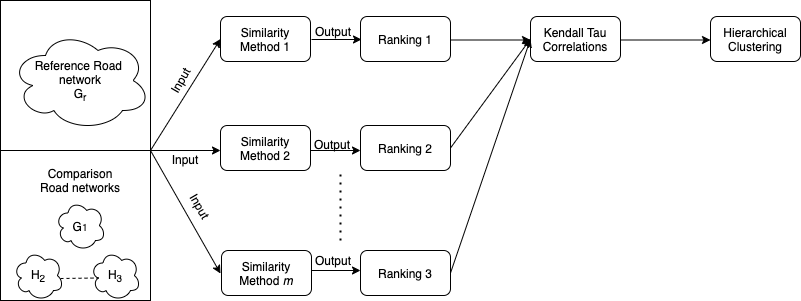
Earlier version of the draw.io export picture/ranking.png (ogunreku/Praise-Ogunreku-Master-Thesis). Source tidied: cells renumbered, new cells last; positions are measured from the earlier drawing's top-left corner, leaving out a move shared by most shapes. Its diagram source:
```xml
<mxGraphModel>
  <root>
    <mxCell id="0" />
    <mxCell id="1" parent="0" />
    <mxCell id="2" style="whiteSpace=wrap;html=1;fillColor=none;" parent="1" vertex="1">
      <mxGeometry y="150" width="150" height="150" as="geometry" />
    </mxCell>
    <mxCell id="3" value="H&lt;sub&gt;3&lt;/sub&gt;" style="ellipse;shape=cloud;whiteSpace=wrap;html=1;fillColor=none;" parent="1" vertex="1">
      <mxGeometry x="90" y="250" width="50" height="50" as="geometry" />
    </mxCell>
    <mxCell id="4" value="H&lt;sub&gt;2&lt;/sub&gt;" style="ellipse;shape=cloud;whiteSpace=wrap;html=1;fillColor=none;" parent="1" vertex="1">
      <mxGeometry x="13" y="250" width="50" height="50" as="geometry" />
    </mxCell>
    <mxCell id="5" style="whiteSpace=wrap;html=1;fillColor=none;" parent="1" vertex="1">
      <mxGeometry width="150" height="150" as="geometry" />
    </mxCell>
    <mxCell id="6" value="Reference Road &lt;br&gt;network&lt;br&gt;G&lt;sub&gt;r&lt;/sub&gt;" style="ellipse;shape=cloud;whiteSpace=wrap;html=1;fillColor=none;" parent="1" vertex="1">
      <mxGeometry x="10" y="30" width="140" height="100" as="geometry" />
    </mxCell>
    <mxCell id="7" value="&lt;sub&gt;&lt;span style=&quot;font-size: 12px&quot;&gt;G&lt;/span&gt;1&lt;/sub&gt;" style="ellipse;shape=cloud;whiteSpace=wrap;html=1;fillColor=none;" parent="1" vertex="1">
      <mxGeometry x="55" y="200" width="50" height="50" as="geometry" />
    </mxCell>
    <mxCell id="8" style="endArrow=none;dashed=1;html=1;entryX=0.16;entryY=0.55;entryDx=0;entryDy=0;entryPerimeter=0;" parent="1" edge="1" target="3">
      <mxGeometry relative="1" as="geometry">
        <mxPoint x="60" y="278" as="sourcePoint" />
      </mxGeometry>
    </mxCell>
    <mxCell id="9" value="Comparison Road networks" style="text;html=1;strokeColor=none;fillColor=none;align=center;verticalAlign=middle;whiteSpace=wrap;rounded=0;" parent="1" vertex="1">
      <mxGeometry x="35" y="170" width="90" height="20" as="geometry" />
    </mxCell>
    <mxCell id="10" style="endArrow=classic;html=1;exitX=1;exitY=1;exitDx=0;exitDy=0;entryX=0;entryY=0.5;entryDx=0;entryDy=0;" parent="1" edge="1" source="5" target="13">
      <mxGeometry relative="1" as="geometry" />
    </mxCell>
    <mxCell id="11" style="endArrow=classic;html=1;" parent="1" edge="1">
      <mxGeometry relative="1" as="geometry">
        <mxPoint x="150" y="150" as="sourcePoint" />
        <mxPoint x="220" y="150" as="targetPoint" />
      </mxGeometry>
    </mxCell>
    <mxCell id="12" style="endArrow=classic;html=1;" parent="1" edge="1">
      <mxGeometry relative="1" as="geometry">
        <mxPoint x="150" y="150" as="sourcePoint" />
        <mxPoint x="220" y="273" as="targetPoint" />
      </mxGeometry>
    </mxCell>
    <mxCell id="13" value="Similarity Method 1" style="rounded=1;whiteSpace=wrap;html=1;fillColor=none;" parent="1" vertex="1">
      <mxGeometry x="220" y="16" width="90" height="45" as="geometry" />
    </mxCell>
    <mxCell id="14" style="endArrow=classic;html=1;exitX=1;exitY=0.5;exitDx=0;exitDy=0;" parent="1" edge="1">
      <mxGeometry relative="1" as="geometry">
        <mxPoint x="310" y="150" as="sourcePoint" />
        <mxPoint x="360" y="150" as="targetPoint" />
      </mxGeometry>
    </mxCell>
    <mxCell id="15" style="endArrow=classic;html=1;exitX=1;exitY=0.5;exitDx=0;exitDy=0;" parent="1" edge="1">
      <mxGeometry relative="1" as="geometry">
        <mxPoint x="311" y="270" as="sourcePoint" />
        <mxPoint x="360" y="270" as="targetPoint" />
      </mxGeometry>
    </mxCell>
    <mxCell id="16" style="endArrow=classic;html=1;exitX=1;exitY=0.5;exitDx=0;exitDy=0;entryX=0;entryY=0.5;entryDx=0;entryDy=0;" parent="1" edge="1" source="21" target="22">
      <mxGeometry relative="1" as="geometry" />
    </mxCell>
    <mxCell id="17" style="endArrow=classic;html=1;exitX=1;exitY=0.5;exitDx=0;exitDy=0;entryX=0;entryY=0.5;entryDx=0;entryDy=0;" parent="1" edge="1" source="20" target="22">
      <mxGeometry relative="1" as="geometry" />
    </mxCell>
    <mxCell id="18" style="endArrow=classic;html=1;exitX=1;exitY=0.5;exitDx=0;exitDy=0;entryX=0;entryY=0.5;entryDx=0;entryDy=0;" parent="1" edge="1">
      <mxGeometry relative="1" as="geometry">
        <mxPoint x="311" y="39" as="sourcePoint" />
        <mxPoint x="361" y="39" as="targetPoint" />
      </mxGeometry>
    </mxCell>
    <mxCell id="19" value="Ranking 1" style="rounded=1;whiteSpace=wrap;html=1;fillColor=none;" parent="1" vertex="1">
      <mxGeometry x="360" y="16" width="90" height="45" as="geometry" />
    </mxCell>
    <mxCell id="20" value="Ranking 2" style="rounded=1;whiteSpace=wrap;html=1;fillColor=none;" parent="1" vertex="1">
      <mxGeometry x="360" y="125" width="90" height="45" as="geometry" />
    </mxCell>
    <mxCell id="21" value="Ranking 3" style="rounded=1;whiteSpace=wrap;html=1;fillColor=none;" parent="1" vertex="1">
      <mxGeometry x="360" y="250" width="90" height="45" as="geometry" />
    </mxCell>
    <mxCell id="22" value="Kendall Tau Correlations" style="rounded=1;whiteSpace=wrap;html=1;fillColor=none;" parent="1" vertex="1">
      <mxGeometry x="530" y="16" width="90" height="45" as="geometry" />
    </mxCell>
    <mxCell id="23" value="Hierarchical Clustering" style="rounded=1;whiteSpace=wrap;html=1;fillColor=none;" parent="1" vertex="1">
      <mxGeometry x="710" y="16" width="90" height="45" as="geometry" />
    </mxCell>
    <mxCell id="24" value="Similarity Method 2" style="rounded=1;whiteSpace=wrap;html=1;fillColor=none;" parent="1" vertex="1">
      <mxGeometry x="220" y="125" width="90" height="45" as="geometry" />
    </mxCell>
    <mxCell id="25" value="Similarity Method &lt;i&gt;m&lt;/i&gt;" style="rounded=1;whiteSpace=wrap;html=1;fillColor=none;" parent="1" vertex="1">
      <mxGeometry x="221" y="250" width="90" height="45" as="geometry" />
    </mxCell>
    <mxCell id="26" style="endArrow=classic;html=1;exitX=1;exitY=0.5;exitDx=0;exitDy=0;entryX=0;entryY=0.5;entryDx=0;entryDy=0;" parent="1" edge="1">
      <mxGeometry relative="1" as="geometry">
        <mxPoint x="450" y="39.5" as="sourcePoint" />
        <mxPoint x="530" y="39.5" as="targetPoint" />
      </mxGeometry>
    </mxCell>
    <mxCell id="27" style="endArrow=classic;html=1;exitX=1;exitY=0.5;exitDx=0;exitDy=0;entryX=0;entryY=0.5;entryDx=0;entryDy=0;" parent="1" edge="1">
      <mxGeometry relative="1" as="geometry">
        <mxPoint x="620" y="39.5" as="sourcePoint" />
        <mxPoint x="710" y="39.5" as="targetPoint" />
      </mxGeometry>
    </mxCell>
    <mxCell id="28" style="endArrow=none;dashed=1;html=1;dashPattern=1 3;strokeWidth=2;" parent="1" edge="1">
      <mxGeometry relative="1" as="geometry">
        <mxPoint x="340" y="240" as="sourcePoint" />
        <mxPoint x="340" y="170" as="targetPoint" />
      </mxGeometry>
    </mxCell>
    <mxCell id="29" value="Input" style="text;html=1;strokeColor=none;fillColor=none;align=center;verticalAlign=middle;whiteSpace=wrap;rounded=0;rotation=-60;" parent="1" vertex="1">
      <mxGeometry x="160" y="70" width="40" height="20" as="geometry" />
    </mxCell>
    <mxCell id="30" value="Input" style="text;html=1;strokeColor=none;fillColor=none;align=center;verticalAlign=middle;whiteSpace=wrap;rounded=0;rotation=0;" parent="1" vertex="1">
      <mxGeometry x="165" y="149" width="40" height="20" as="geometry" />
    </mxCell>
    <mxCell id="31" value="Input" style="text;html=1;strokeColor=none;fillColor=none;align=center;verticalAlign=middle;whiteSpace=wrap;rounded=0;rotation=60;" parent="1" vertex="1">
      <mxGeometry x="180" y="196" width="40" height="20" as="geometry" />
    </mxCell>
    <mxCell id="32" value="Output" style="text;html=1;strokeColor=none;fillColor=none;align=center;verticalAlign=middle;whiteSpace=wrap;rounded=0;rotation=0;" parent="1" vertex="1">
      <mxGeometry x="313" y="21" width="40" height="20" as="geometry" />
    </mxCell>
    <mxCell id="33" value="Output" style="text;html=1;strokeColor=none;fillColor=none;align=center;verticalAlign=middle;whiteSpace=wrap;rounded=0;rotation=0;" parent="1" vertex="1">
      <mxGeometry x="312" y="134" width="40" height="20" as="geometry" />
    </mxCell>
    <mxCell id="34" value="Output" style="text;html=1;strokeColor=none;fillColor=none;align=center;verticalAlign=middle;whiteSpace=wrap;rounded=0;rotation=0;" parent="1" vertex="1">
      <mxGeometry x="313" y="250" width="40" height="20" as="geometry" />
    </mxCell>
  </root>
</mxGraphModel>
```
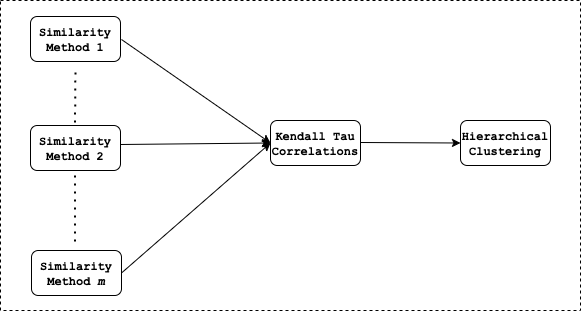
After the change.

Commit message:
Updated Analysis and Results Section

Diff of the diagram source:
```diff
@@ -2,130 +2,53 @@
   <root>
     <mxCell id="0" />
     <mxCell id="1" parent="0" />
-    <mxCell id="2" style="whiteSpace=wrap;html=1;fillColor=none;" parent="1" vertex="1">
-      <mxGeometry y="150" width="150" height="150" as="geometry" />
+    <mxCell id="2" style="rounded=0;whiteSpace=wrap;html=1;fillColor=none;dashed=1;strokeWidth=1;" parent="1" vertex="1">
+      <mxGeometry x="190" width="580" height="310" as="geometry" />
     </mxCell>
-    <mxCell id="3" value="H&lt;sub&gt;3&lt;/sub&gt;" style="ellipse;shape=cloud;whiteSpace=wrap;html=1;fillColor=none;" parent="1" vertex="1">
-      <mxGeometry x="90" y="250" width="50" height="50" as="geometry" />
+    <mxCell id="3" value="&lt;font face=&quot;Courier New&quot;&gt;&lt;b&gt;Similarity Method 1&lt;/b&gt;&lt;/font&gt;" style="rounded=1;whiteSpace=wrap;html=1;fillColor=none;" parent="1" vertex="1">
+      <mxGeometry x="220" y="16" width="90" height="45" as="geometry" />
     </mxCell>
-    <mxCell id="4" value="H&lt;sub&gt;2&lt;/sub&gt;" style="ellipse;shape=cloud;whiteSpace=wrap;html=1;fillColor=none;" parent="1" vertex="1">
-      <mxGeometry x="13" y="250" width="50" height="50" as="geometry" />
+    <mxCell id="4" style="endArrow=classic;html=1;entryX=0;entryY=0.5;entryDx=0;entryDy=0;" parent="1" edge="1" target="7">
+      <mxGeometry relative="1" as="geometry">
+        <mxPoint x="310" y="144" as="sourcePoint" />
+      </mxGeometry>
     </mxCell>
-    <mxCell id="5" style="whiteSpace=wrap;html=1;fillColor=none;" parent="1" vertex="1">
-      <mxGeometry width="150" height="150" as="geometry" />
+    <mxCell id="5" style="endArrow=classic;html=1;exitX=1;exitY=0.5;exitDx=0;exitDy=0;entryX=0;entryY=0.5;entryDx=0;entryDy=0;" parent="1" edge="1" source="10" target="7">
+      <mxGeometry relative="1" as="geometry" />
     </mxCell>
-    <mxCell id="6" value="Reference Road &lt;br&gt;network&lt;br&gt;G&lt;sub&gt;r&lt;/sub&gt;" style="ellipse;shape=cloud;whiteSpace=wrap;html=1;fillColor=none;" parent="1" vertex="1">
-      <mxGeometry x="10" y="30" width="140" height="100" as="geometry" />
+    <mxCell id="6" style="endArrow=classic;html=1;exitX=1;exitY=0.5;exitDx=0;exitDy=0;entryX=0;entryY=0.5;entryDx=0;entryDy=0;" parent="1" edge="1" target="7">
+      <mxGeometry relative="1" as="geometry">
+        <mxPoint x="311" y="39" as="sourcePoint" />
+      </mxGeometry>
     </mxCell>
-    <mxCell id="7" value="&lt;sub&gt;&lt;span style=&quot;font-size: 12px&quot;&gt;G&lt;/span&gt;1&lt;/sub&gt;" style="ellipse;shape=cloud;whiteSpace=wrap;html=1;fillColor=none;" parent="1" vertex="1">
-      <mxGeometry x="55" y="200" width="50" height="50" as="geometry" />
+    <mxCell id="7" value="&lt;font face=&quot;Courier New&quot;&gt;&lt;b&gt;Kendall Tau Correlations&lt;/b&gt;&lt;/font&gt;" style="rounded=1;whiteSpace=wrap;html=1;fillColor=none;" parent="1" vertex="1">
+      <mxGeometry x="460" y="120" width="90" height="45" as="geometry" />
     </mxCell>
-    <mxCell id="8" style="endArrow=none;dashed=1;html=1;entryX=0.16;entryY=0.55;entryDx=0;entryDy=0;entryPerimeter=0;" parent="1" edge="1" target="3">
-      <mxGeometry relative="1" as="geometry">
-        <mxPoint x="60" y="278" as="sourcePoint" />
-      </mxGeometry>
+    <mxCell id="8" value="&lt;b&gt;&lt;font face=&quot;Courier New&quot;&gt;Hierarchical Clustering&lt;/font&gt;&lt;/b&gt;" style="rounded=1;whiteSpace=wrap;html=1;fillColor=none;" parent="1" vertex="1">
+      <mxGeometry x="650" y="120" width="90" height="45" as="geometry" />
     </mxCell>
-    <mxCell id="9" value="Comparison Road networks" style="text;html=1;strokeColor=none;fillColor=none;align=center;verticalAlign=middle;whiteSpace=wrap;rounded=0;" parent="1" vertex="1">
-      <mxGeometry x="35" y="170" width="90" height="20" as="geometry" />
+    <mxCell id="9" value="&lt;font face=&quot;Courier New&quot;&gt;&lt;b&gt;Similarity Method 2&lt;/b&gt;&lt;/font&gt;" style="rounded=1;whiteSpace=wrap;html=1;fillColor=none;" parent="1" vertex="1">
+      <mxGeometry x="220" y="125" width="90" height="45" as="geometry" />
     </mxCell>
-    <mxCell id="10" style="endArrow=classic;html=1;exitX=1;exitY=1;exitDx=0;exitDy=0;entryX=0;entryY=0.5;entryDx=0;entryDy=0;" parent="1" edge="1" source="5" target="13">
-      <mxGeometry relative="1" as="geometry" />
+    <mxCell id="10" value="&lt;b&gt;&lt;font face=&quot;Courier New&quot;&gt;Similarity Method &lt;i&gt;m&lt;/i&gt;&lt;/font&gt;&lt;/b&gt;" style="rounded=1;whiteSpace=wrap;html=1;fillColor=none;" parent="1" vertex="1">
+      <mxGeometry x="221" y="250" width="90" height="45" as="geometry" />
     </mxCell>
-    <mxCell id="11" style="endArrow=classic;html=1;" parent="1" edge="1">
+    <mxCell id="11" style="endArrow=classic;html=1;exitX=1;exitY=0.5;exitDx=0;exitDy=0;entryX=0;entryY=0.5;entryDx=0;entryDy=0;" parent="1" edge="1" target="8">
       <mxGeometry relative="1" as="geometry">
-        <mxPoint x="150" y="150" as="sourcePoint" />
-        <mxPoint x="220" y="150" as="targetPoint" />
+        <mxPoint x="550" y="142" as="sourcePoint" />
       </mxGeometry>
     </mxCell>
-    <mxCell id="12" style="endArrow=classic;html=1;" parent="1" edge="1">
+    <mxCell id="12" style="endArrow=none;dashed=1;html=1;dashPattern=1 3;strokeWidth=2;" parent="1" edge="1">
       <mxGeometry relative="1" as="geometry">
-        <mxPoint x="150" y="150" as="sourcePoint" />
-        <mxPoint x="220" y="273" as="targetPoint" />
+        <mxPoint x="264.5" y="241" as="sourcePoint" />
+        <mxPoint x="264.5" y="171" as="targetPoint" />
       </mxGeometry>
     </mxCell>
-    <mxCell id="13" value="Similarity Method 1" style="rounded=1;whiteSpace=wrap;html=1;fillColor=none;" parent="1" vertex="1">
-      <mxGeometry x="220" y="16" width="90" height="45" as="geometry" />
+    <mxCell id="13" style="endArrow=none;dashed=1;html=1;dashPattern=1 3;strokeWidth=2;" parent="1" edge="1">
+      <mxGeometry relative="1" as="geometry">
+        <mxPoint x="264.5" y="122" as="sourcePoint" />
+        <mxPoint x="265" y="67" as="targetPoint" />
+      </mxGeometry>
     </mxCell>
-    <mxCell id="14" style="endArrow=classic;html=1;exitX=1;exitY=0.5;exitDx=0;exitDy=0;" parent="1" edge="1">
-      <mxGeometry relative="1" as="geometry">
-        <mxPoint x="310" y="150" as="sourcePoint" />
-        <mxPoint x="360" y="150" as="targetPoint" />
-      </mxGeometry>
-    </mxCell>
-    <mxCell id="15" style="endArrow=classic;html=1;exitX=1;exitY=0.5;exitDx=0;exitDy=0;" parent="1" edge="1">
-      <mxGeometry relative="1" as="geometry">
-        <mxPoint x="311" y="270" as="sourcePoint" />
-        <mxPoint x="360" y="270" as="targetPoint" />
-      </mxGeometry>
-    </mxCell>
-    <mxCell id="16" style="endArrow=classic;html=1;exitX=1;exitY=0.5;exitDx=0;exitDy=0;entryX=0;entryY=0.5;entryDx=0;entryDy=0;" parent="1" edge="1" source="21" target="22">
-      <mxGeometry relative="1" as="geometry" />
-    </mxCell>
-    <mxCell id="17" style="endArrow=classic;html=1;exitX=1;exitY=0.5;exitDx=0;exitDy=0;entryX=0;entryY=0.5;entryDx=0;entryDy=0;" parent="1" edge="1" source="20" target="22">
-      <mxGeometry relative="1" as="geometry" />
-    </mxCell>
-    <mxCell id="18" style="endArrow=classic;html=1;exitX=1;exitY=0.5;exitDx=0;exitDy=0;entryX=0;entryY=0.5;entryDx=0;entryDy=0;" parent="1" edge="1">
-      <mxGeometry relative="1" as="geometry">
-        <mxPoint x="311" y="39" as="sourcePoint" />
-        <mxPoint x="361" y="39" as="targetPoint" />
-      </mxGeometry>
-    </mxCell>
-    <mxCell id="19" value="Ranking 1" style="rounded=1;whiteSpace=wrap;html=1;fillColor=none;" parent="1" vertex="1">
-      <mxGeometry x="360" y="16" width="90" height="45" as="geometry" />
-    </mxCell>
-    <mxCell id="20" value="Ranking 2" style="rounded=1;whiteSpace=wrap;html=1;fillColor=none;" parent="1" vertex="1">
-      <mxGeometry x="360" y="125" width="90" height="45" as="geometry" />
-    </mxCell>
-    <mxCell id="21" value="Ranking 3" style="rounded=1;whiteSpace=wrap;html=1;fillColor=none;" parent="1" vertex="1">
-      <mxGeometry x="360" y="250" width="90" height="45" as="geometry" />
-    </mxCell>
-    <mxCell id="22" value="Kendall Tau Correlations" style="rounded=1;whiteSpace=wrap;html=1;fillColor=none;" parent="1" vertex="1">
-      <mxGeometry x="530" y="16" width="90" height="45" as="geometry" />
-    </mxCell>
-    <mxCell id="23" value="Hierarchical Clustering" style="rounded=1;whiteSpace=wrap;html=1;fillColor=none;" parent="1" vertex="1">
-      <mxGeometry x="710" y="16" width="90" height="45" as="geometry" />
-    </mxCell>
-    <mxCell id="24" value="Similarity Method 2" style="rounded=1;whiteSpace=wrap;html=1;fillColor=none;" parent="1" vertex="1">
-      <mxGeometry x="220" y="125" width="90" height="45" as="geometry" />
-    </mxCell>
-    <mxCell id="25" value="Similarity Method &lt;i&gt;m&lt;/i&gt;" style="rounded=1;whiteSpace=wrap;html=1;fillColor=none;" parent="1" vertex="1">
-      <mxGeometry x="221" y="250" width="90" height="45" as="geometry" />
-    </mxCell>
-    <mxCell id="26" style="endArrow=classic;html=1;exitX=1;exitY=0.5;exitDx=0;exitDy=0;entryX=0;entryY=0.5;entryDx=0;entryDy=0;" parent="1" edge="1">
-      <mxGeometry relative="1" as="geometry">
-        <mxPoint x="450" y="39.5" as="sourcePoint" />
-        <mxPoint x="530" y="39.5" as="targetPoint" />
-      </mxGeometry>
-    </mxCell>
-    <mxCell id="27" style="endArrow=classic;html=1;exitX=1;exitY=0.5;exitDx=0;exitDy=0;entryX=0;entryY=0.5;entryDx=0;entryDy=0;" parent="1" edge="1">
-      <mxGeometry relative="1" as="geometry">
-        <mxPoint x="620" y="39.5" as="sourcePoint" />
-        <mxPoint x="710" y="39.5" as="targetPoint" />
-      </mxGeometry>
-    </mxCell>
-    <mxCell id="28" style="endArrow=none;dashed=1;html=1;dashPattern=1 3;strokeWidth=2;" parent="1" edge="1">
-      <mxGeometry relative="1" as="geometry">
-        <mxPoint x="340" y="240" as="sourcePoint" />
-        <mxPoint x="340" y="170" as="targetPoint" />
-      </mxGeometry>
-    </mxCell>
-    <mxCell id="29" value="Input" style="text;html=1;strokeColor=none;fillColor=none;align=center;verticalAlign=middle;whiteSpace=wrap;rounded=0;rotation=-60;" parent="1" vertex="1">
-      <mxGeometry x="160" y="70" width="40" height="20" as="geometry" />
-    </mxCell>
-    <mxCell id="30" value="Input" style="text;html=1;strokeColor=none;fillColor=none;align=center;verticalAlign=middle;whiteSpace=wrap;rounded=0;rotation=0;" parent="1" vertex="1">
-      <mxGeometry x="165" y="149" width="40" height="20" as="geometry" />
-    </mxCell>
-    <mxCell id="31" value="Input" style="text;html=1;strokeColor=none;fillColor=none;align=center;verticalAlign=middle;whiteSpace=wrap;rounded=0;rotation=60;" parent="1" vertex="1">
-      <mxGeometry x="180" y="196" width="40" height="20" as="geometry" />
-    </mxCell>
-    <mxCell id="32" value="Output" style="text;html=1;strokeColor=none;fillColor=none;align=center;verticalAlign=middle;whiteSpace=wrap;rounded=0;rotation=0;" parent="1" vertex="1">
-      <mxGeometry x="313" y="21" width="40" height="20" as="geometry" />
-    </mxCell>
-    <mxCell id="33" value="Output" style="text;html=1;strokeColor=none;fillColor=none;align=center;verticalAlign=middle;whiteSpace=wrap;rounded=0;rotation=0;" parent="1" vertex="1">
-      <mxGeometry x="312" y="134" width="40" height="20" as="geometry" />
-    </mxCell>
-    <mxCell id="34" value="Output" style="text;html=1;strokeColor=none;fillColor=none;align=center;verticalAlign=middle;whiteSpace=wrap;rounded=0;rotation=0;" parent="1" vertex="1">
-      <mxGeometry x="313" y="250" width="40" height="20" as="geometry" />
-    </mxCell>
   </root>
 </mxGraphModel>
```
